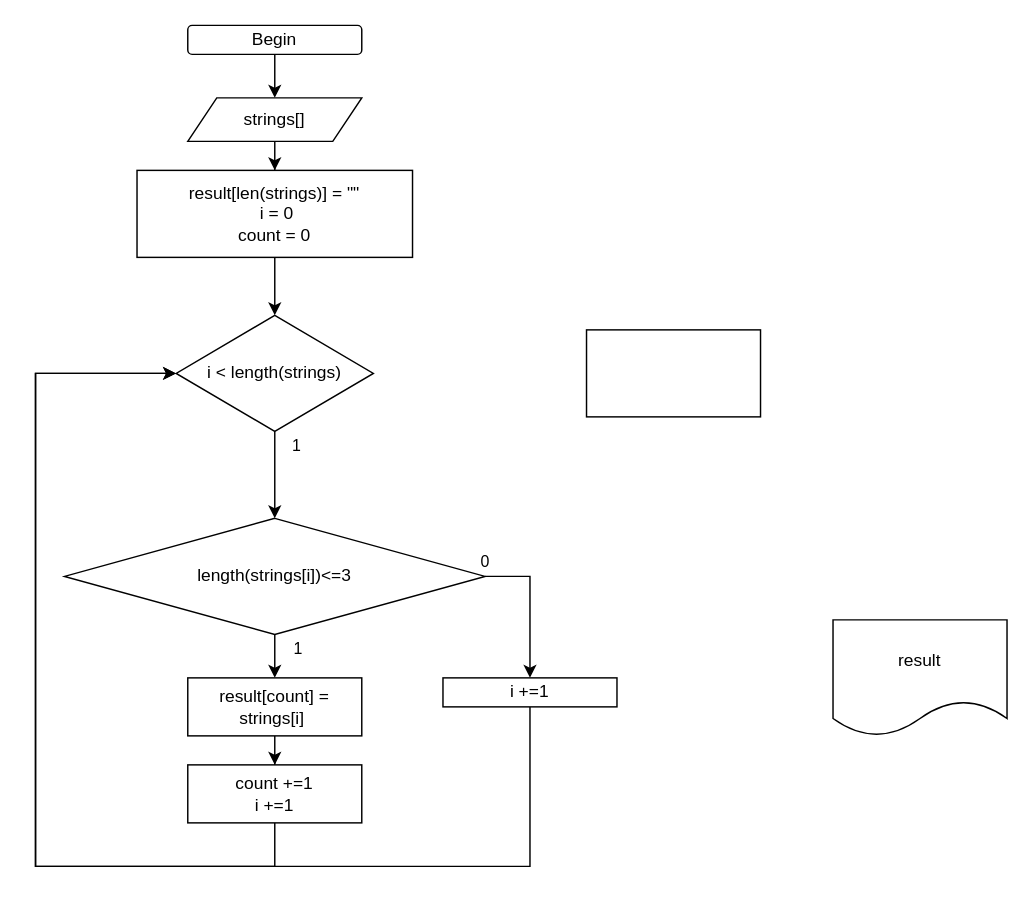
MaksimDl/C-sharp keeps this draw.io diagram as 1sem_itog/algorithm.drawio. Above is the earlier version. Source tidied: cells renumbered, new cells numbered last; positions are measured from the earlier drawing's top-left corner, leaving out a move shared by most shapes. Both pictures are drawn from the tidied source at 145%, with x=0, y=0 at pixel (35, 25).
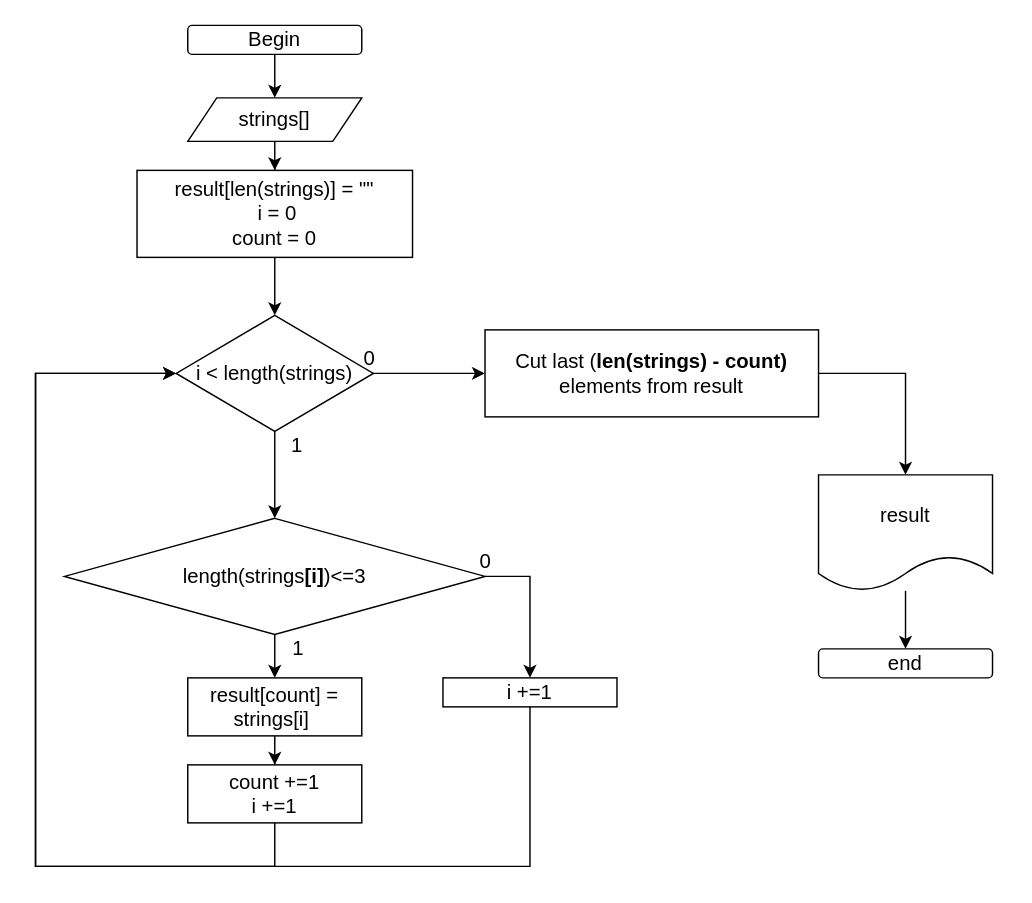
Above is the later version.

Commit message:
algorithm in drawio format (open in https://draw.io/)

Diff of the diagram source:
```diff
@@
-    <mxCell id="2" style="edgeStyle=orthogonalEdgeStyle;rounded=0;jettySize=auto;html=1;" parent="1" edge="1" source="3" target="5">
+    <mxCell id="2" style="edgeStyle=orthogonalEdgeStyle;rounded=0;jettySize=auto;html=1;fontSize=14;" parent="1" edge="1" source="3" target="5">
       <mxGeometry relative="1" as="geometry" />
     </mxCell>
-    <mxCell id="3" value="Begin" style="rounded=1;whiteSpace=wrap;html=1;" parent="1" vertex="1">
+    <mxCell id="3" value="Begin" style="rounded=1;whiteSpace=wrap;html=1;fontSize=14;" parent="1" vertex="1">
       <mxGeometry x="105" width="120" height="20" as="geometry" />
     </mxCell>
-    <mxCell id="4" style="edgeStyle=orthogonalEdgeStyle;rounded=0;jettySize=auto;html=1;" parent="1" edge="1" source="5" target="7">
+    <mxCell id="4" style="edgeStyle=orthogonalEdgeStyle;rounded=0;jettySize=auto;html=1;fontSize=14;" parent="1" edge="1" source="5" target="7">
       <mxGeometry relative="1" as="geometry" />
     </mxCell>
-    <mxCell id="5" value="strings[]" style="shape=parallelogram;perimeter=parallelogramPerimeter;whiteSpace=wrap;html=1;fixedSize=1;" parent="1" vertex="1">
+    <mxCell id="5" value="strings[]" style="shape=parallelogram;perimeter=parallelogramPerimeter;whiteSpace=wrap;html=1;fixedSize=1;fontSize=14;" parent="1" vertex="1">
       <mxGeometry x="105" y="50" width="120" height="30" as="geometry" />
     </mxCell>
-    <mxCell id="6" style="edgeStyle=orthogonalEdgeStyle;rounded=0;jettySize=auto;html=1;" parent="1" edge="1" source="7" target="9">
+    <mxCell id="6" style="edgeStyle=orthogonalEdgeStyle;rounded=0;jettySize=auto;html=1;fontSize=14;" parent="1" edge="1" source="7" target="9">
       <mxGeometry relative="1" as="geometry" />
     </mxCell>
-    <mxCell id="7" value="result[len(strings)] = &quot;&quot;&lt;br&gt;&amp;nbsp;i = 0&lt;br&gt;count = 0" style="rounded=0;whiteSpace=wrap;html=1;" parent="1" vertex="1">
+    <mxCell id="7" value="result[len(strings)] = &quot;&quot;&lt;br style=&quot;font-size: 14px;&quot;&gt;&amp;nbsp;i = 0&lt;br style=&quot;font-size: 14px;&quot;&gt;count = 0" style="rounded=0;whiteSpace=wrap;html=1;fontSize=14;" parent="1" vertex="1">
       <mxGeometry x="70" y="100" width="190" height="60" as="geometry" />
     </mxCell>
-    <mxCell id="8" value="1" style="edgeStyle=orthogonalEdgeStyle;rounded=0;jettySize=auto;html=1;" parent="1" edge="1" source="9" target="13">
+    <mxCell id="8" value="1" style="edgeStyle=orthogonalEdgeStyle;rounded=0;jettySize=auto;html=1;fontSize=14;" parent="1" edge="1" source="9" target="13">
       <mxGeometry x="-0.67" y="15" relative="1" as="geometry" />
     </mxCell>
+    <mxCell id="21" value="0" style="edgeStyle=orthogonalEdgeStyle;rounded=0;jettySize=auto;html=1;entryX=0;entryY=0.5;entryDx=0;entryDy=0;fontSize=14;" parent="1" edge="1" source="9" target="20">
+      <mxGeometry x="-1" y="10" relative="1" as="geometry">
+        <mxPoint x="-3" as="offset" />
+      </mxGeometry>
+    </mxCell>
-    <mxCell id="9" value="i &amp;lt; length(strings)" style="rhombus;whiteSpace=wrap;html=1;" parent="1" vertex="1">
+    <mxCell id="9" value="i &amp;lt; length(strings)" style="rhombus;whiteSpace=wrap;html=1;fontSize=14;" parent="1" vertex="1">
       <mxGeometry x="97" y="200" width="136" height="80" as="geometry" />
     </mxCell>
+    <mxCell id="22" style="edgeStyle=orthogonalEdgeStyle;rounded=0;jettySize=auto;html=1;entryX=0.5;entryY=0;entryDx=0;entryDy=0;fontSize=14;" parent="1" edge="1" source="10" target="24">
+      <mxGeometry relative="1" as="geometry" />
+    </mxCell>
-    <mxCell id="10" value="result" style="shape=document;whiteSpace=wrap;html=1;boundedLbl=1;" parent="1" vertex="1">
-      <mxGeometry x="550" y="410" width="120" height="80" as="geometry" />
+    <mxCell id="10" value="result" style="shape=document;whiteSpace=wrap;html=1;boundedLbl=1;fontSize=14;" parent="1" vertex="1">
+      <mxGeometry x="540" y="310" width="120" height="80" as="geometry" />
     </mxCell>
-    <mxCell id="11" value="1" style="edgeStyle=orthogonalEdgeStyle;rounded=0;jettySize=auto;html=1;" parent="1" edge="1" source="13" target="15">
+    <mxCell id="11" value="1" style="edgeStyle=orthogonalEdgeStyle;rounded=0;jettySize=auto;html=1;fontSize=14;" parent="1" edge="1" source="13" target="15">
       <mxGeometry x="0.2" y="16" relative="1" as="geometry" />
     </mxCell>
-    <mxCell id="12" value="0" style="edgeStyle=orthogonalEdgeStyle;rounded=0;jettySize=auto;html=1;exitX=1;exitY=0.5;exitDx=0;exitDy=0;" parent="1" edge="1" source="13" target="19">
+    <mxCell id="12" value="0" style="edgeStyle=orthogonalEdgeStyle;rounded=0;jettySize=auto;html=1;exitX=1;exitY=0.5;exitDx=0;exitDy=0;fontSize=14;" parent="1" edge="1" source="13" target="19">
       <mxGeometry x="-1" y="10" relative="1" as="geometry" />
     </mxCell>
-    <mxCell id="13" value="length(strings[i])&amp;lt;=3" style="rhombus;whiteSpace=wrap;html=1;" parent="1" vertex="1">
+    <mxCell id="13" value="&lt;font style=&quot;font-size: 14px;&quot;&gt;length(strings&lt;b style=&quot;font-size: 14px;&quot;&gt;[i]&lt;/b&gt;)&amp;lt;=3&lt;/font&gt;" style="rhombus;whiteSpace=wrap;html=1;fontSize=14;" parent="1" vertex="1">
       <mxGeometry x="20" y="340" width="290" height="80" as="geometry" />
     </mxCell>
-    <mxCell id="14" style="edgeStyle=orthogonalEdgeStyle;rounded=0;jettySize=auto;html=1;entryX=0.5;entryY=0;entryDx=0;entryDy=0;" parent="1" edge="1" source="15" target="17">
+    <mxCell id="14" style="edgeStyle=orthogonalEdgeStyle;rounded=0;jettySize=auto;html=1;entryX=0.5;entryY=0;entryDx=0;entryDy=0;fontSize=14;" parent="1" edge="1" source="15" target="17">
       <mxGeometry relative="1" as="geometry" />
     </mxCell>
-    <mxCell id="15" value="result[count] = strings[i]&amp;nbsp;" style="rounded=0;whiteSpace=wrap;html=1;" parent="1" vertex="1">
+    <mxCell id="15" value="result[count] = strings[i]&amp;nbsp;" style="rounded=0;whiteSpace=wrap;html=1;fontSize=14;" parent="1" vertex="1">
       <mxGeometry x="105" y="450" width="120" height="40" as="geometry" />
     </mxCell>
-    <mxCell id="16" style="edgeStyle=orthogonalEdgeStyle;rounded=0;jettySize=auto;html=1;entryX=0;entryY=0.5;entryDx=0;entryDy=0;" parent="1" edge="1" source="17" target="9">
+    <mxCell id="16" style="edgeStyle=orthogonalEdgeStyle;rounded=0;jettySize=auto;html=1;entryX=0;entryY=0.5;entryDx=0;entryDy=0;fontSize=14;" parent="1" edge="1" source="17" target="9">
       <mxGeometry relative="1" as="geometry">
         <Array as="points">
           <mxPoint x="165" y="580" />
           <mxPoint y="580" />
           <mxPoint y="240" />
         </Array>
       </mxGeometry>
     </mxCell>
-    <mxCell id="17" value="count +=1&lt;br&gt;i +=1" style="rounded=0;whiteSpace=wrap;html=1;" parent="1" vertex="1">
+    <mxCell id="17" value="count +=1&lt;br style=&quot;font-size: 14px;&quot;&gt;i +=1" style="rounded=0;whiteSpace=wrap;html=1;fontSize=14;" parent="1" vertex="1">
       <mxGeometry x="105" y="510" width="120" height="40" as="geometry" />
     </mxCell>
-    <mxCell id="18" style="edgeStyle=orthogonalEdgeStyle;rounded=0;jettySize=auto;html=1;entryX=0;entryY=0.5;entryDx=0;entryDy=0;" parent="1" edge="1" source="19" target="9">
+    <mxCell id="18" style="edgeStyle=orthogonalEdgeStyle;rounded=0;jettySize=auto;html=1;entryX=0;entryY=0.5;entryDx=0;entryDy=0;fontSize=14;" parent="1" edge="1" source="19" target="9">
       <mxGeometry relative="1" as="geometry">
         <Array as="points">
           <mxPoint x="341" y="580" />
           <mxPoint y="580" />
           <mxPoint y="240" />
         </Array>
       </mxGeometry>
     </mxCell>
-    <mxCell id="19" value="i +=1" style="rounded=0;whiteSpace=wrap;html=1;" parent="1" vertex="1">
+    <mxCell id="19" value="i +=1" style="rounded=0;whiteSpace=wrap;html=1;fontSize=14;" parent="1" vertex="1">
       <mxGeometry x="281" y="450" width="120" height="20" as="geometry" />
     </mxCell>
+    <mxCell id="23" style="edgeStyle=orthogonalEdgeStyle;rounded=0;jettySize=auto;html=1;fontSize=14;" parent="1" edge="1" source="20" target="10">
+      <mxGeometry relative="1" as="geometry">
+        <Array as="points">
+          <mxPoint x="600" y="240" />
+        </Array>
+      </mxGeometry>
+    </mxCell>
-    <mxCell id="20" style="rounded=0;whiteSpace=wrap;html=1;" parent="1" vertex="1">
-      <mxGeometry x="380" y="210" width="120" height="60" as="geometry" />
+    <mxCell id="20" value="Cut last (&lt;b style=&quot;font-size: 14px;&quot;&gt;len(strings) - count)&lt;/b&gt; elements from result" style="rounded=0;whiteSpace=wrap;html=1;fontSize=14;" parent="1" vertex="1">
+      <mxGeometry x="310" y="210" width="230" height="60" as="geometry" />
     </mxCell>
+    <mxCell id="24" value="end" style="rounded=1;whiteSpace=wrap;html=1;fontSize=14;" parent="1" vertex="1">
+      <mxGeometry x="540" y="430" width="120" height="20" as="geometry" />
+    </mxCell>
```
